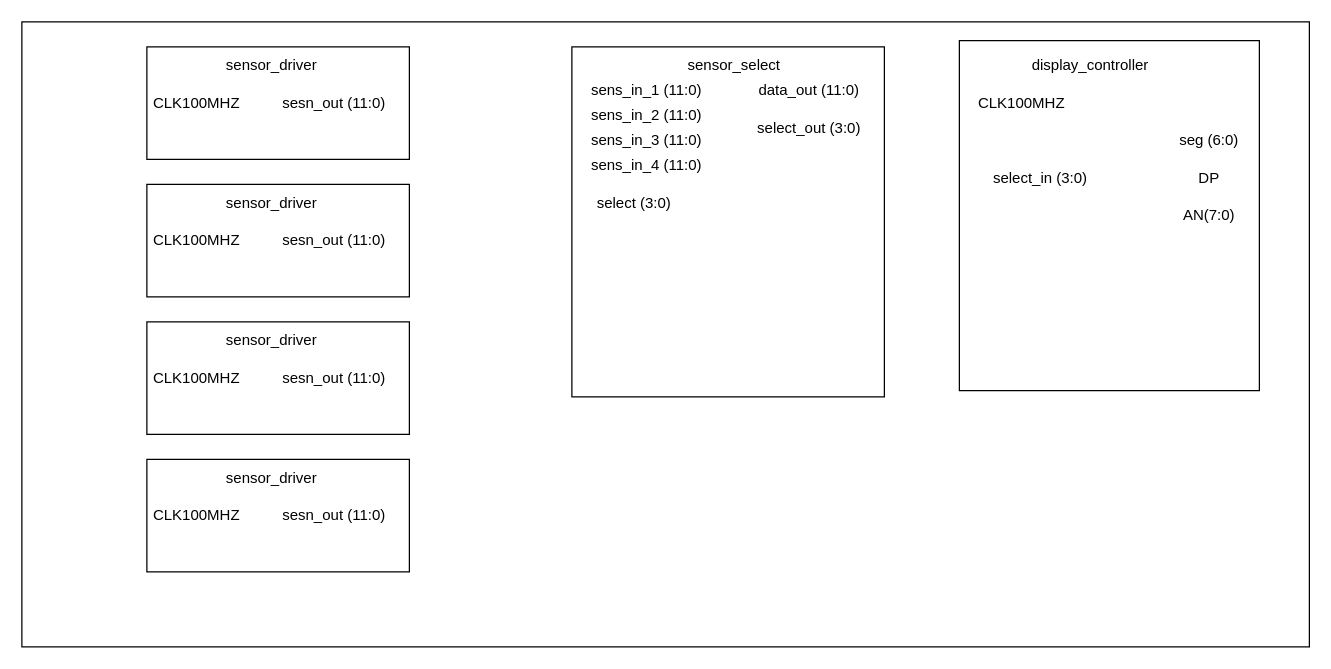
nemecekvit/Ultrasound-controller keeps this draw.io diagram as Diagrams/Toplevel.drawio. Above is the earlier version. Source tidied: cells renumbered, new cells numbered last; positions are measured from the earlier drawing's top-left corner, leaving out a move shared by most shapes. Both pictures are drawn from the tidied source at 125%, with x=0, y=0 at pixel (21, 21).
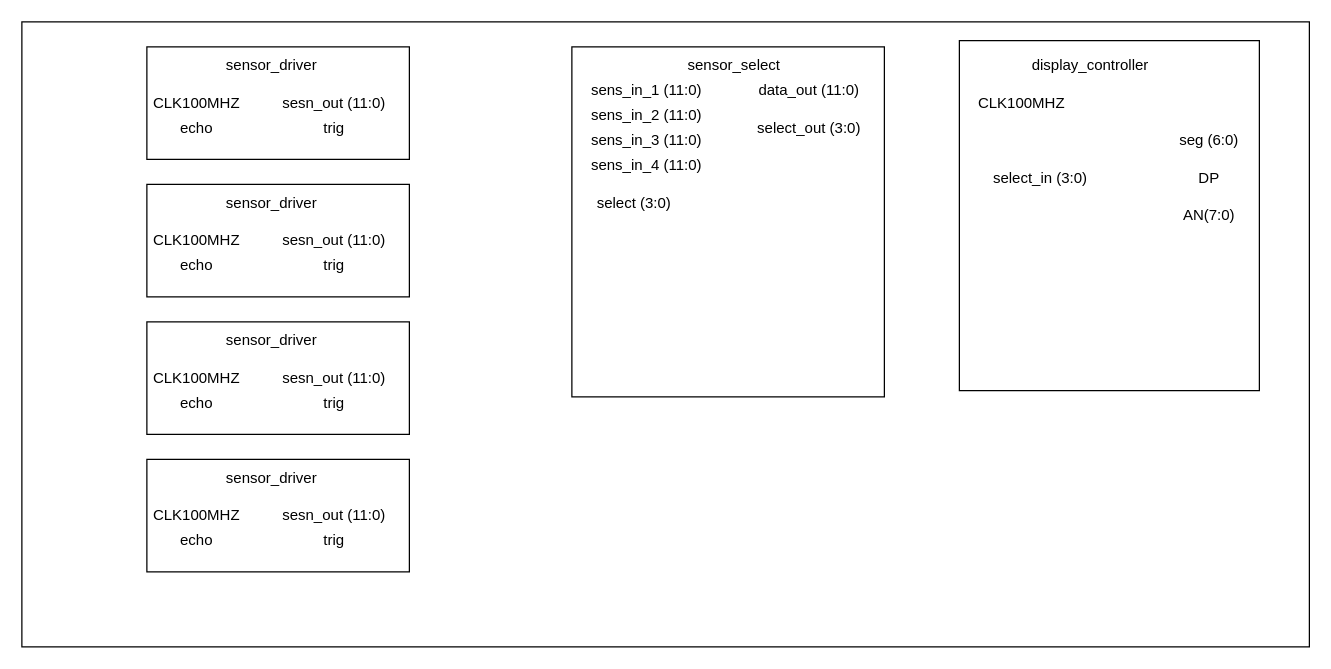
The same diagram, later.

Commit message (it also covers changes not shown here):
Updated Toplevel and added gitignore

The change refers to these unchanged cells:
```xml
<mxCell id="19" style="group;" parent="1" vertex="1">
  <mxGeometry x="100" y="20" width="210" height="90" as="geometry" />
</mxCell>
<mxCell id="24" style="group;" parent="1" vertex="1">
  <mxGeometry x="100" y="130" width="210" height="90" as="geometry" />
</mxCell>
<mxCell id="29" style="group;" parent="1" vertex="1">
  <mxGeometry x="100" y="240" width="210" height="90" as="geometry" />
</mxCell>
<mxCell id="34" style="group;" parent="1" vertex="1">
  <mxGeometry x="100" y="350" width="210" height="90" as="geometry" />
</mxCell>
```

Change to the diagram source:
```diff
@@
+    <mxCell id="39" value="&lt;span style=&quot;color: light-dark(rgb(0, 0, 0), rgb(0, 0, 0));&quot;&gt;echo&lt;/span&gt;" style="text;html=1;align=center;verticalAlign=middle;whiteSpace=wrap;rounded=0;" parent="19" vertex="1">
+      <mxGeometry x="10" y="50" width="60" height="30" as="geometry" />
+    </mxCell>
+    <mxCell id="40" value="&lt;span style=&quot;color: light-dark(rgb(0, 0, 0), rgb(0, 0, 0));&quot;&gt;trig&lt;/span&gt;" style="text;html=1;align=center;verticalAlign=middle;whiteSpace=wrap;rounded=0;" parent="19" vertex="1">
+      <mxGeometry x="100" y="50" width="100" height="30" as="geometry" />
+    </mxCell>
@@
-    <mxCell id="25" style="rounded=0;whiteSpace=wrap;html=1;align=center;verticalAlign=middle;fontFamily=Helvetica;fontSize=12;fontColor=default;fillColor=light-dark(#FFFFFF,#FFFFFF);gradientColor=none;" parent="24" vertex="1">
-      <mxGeometry width="210" height="90" as="geometry" />
-    </mxCell>
-    <mxCell id="26" value="&lt;span style=&quot;color: light-dark(rgb(0, 0, 0), rgb(0, 0, 0));&quot;&gt;sensor_driver&lt;/span&gt;" style="text;html=1;align=center;verticalAlign=middle;whiteSpace=wrap;rounded=0;" parent="24" vertex="1">
-      <mxGeometry x="50" width="100" height="30" as="geometry" />
-    </mxCell>
-    <mxCell id="27" value="&lt;span style=&quot;color: light-dark(rgb(0, 0, 0), rgb(0, 0, 0));&quot;&gt;CLK100MHZ&lt;/span&gt;" style="text;html=1;align=center;verticalAlign=middle;whiteSpace=wrap;rounded=0;" parent="24" vertex="1">
-      <mxGeometry x="10" y="30" width="60" height="30" as="geometry" />
-    </mxCell>
-    <mxCell id="28" value="&lt;span style=&quot;color: light-dark(rgb(0, 0, 0), rgb(0, 0, 0));&quot;&gt;sesn_out (11:0)&lt;/span&gt;" style="text;html=1;align=center;verticalAlign=middle;whiteSpace=wrap;rounded=0;" parent="24" vertex="1">
-      <mxGeometry x="100" y="30" width="100" height="30" as="geometry" />
-    </mxCell>
+    <mxCell id="41" style="rounded=0;whiteSpace=wrap;html=1;align=center;verticalAlign=middle;fontFamily=Helvetica;fontSize=12;fontColor=default;fillColor=light-dark(#FFFFFF,#FFFFFF);gradientColor=none;" parent="24" vertex="1">
+      <mxGeometry width="210" height="90" as="geometry" />
+    </mxCell>
+    <mxCell id="42" value="&lt;span style=&quot;color: light-dark(rgb(0, 0, 0), rgb(0, 0, 0));&quot;&gt;sensor_driver&lt;/span&gt;" style="text;html=1;align=center;verticalAlign=middle;whiteSpace=wrap;rounded=0;" parent="24" vertex="1">
+      <mxGeometry x="50" width="100" height="30" as="geometry" />
+    </mxCell>
+    <mxCell id="43" value="&lt;span style=&quot;color: light-dark(rgb(0, 0, 0), rgb(0, 0, 0));&quot;&gt;CLK100MHZ&lt;/span&gt;" style="text;html=1;align=center;verticalAlign=middle;whiteSpace=wrap;rounded=0;" parent="24" vertex="1">
+      <mxGeometry x="10" y="30" width="60" height="30" as="geometry" />
+    </mxCell>
+    <mxCell id="44" value="&lt;span style=&quot;color: light-dark(rgb(0, 0, 0), rgb(0, 0, 0));&quot;&gt;sesn_out (11:0)&lt;/span&gt;" style="text;html=1;align=center;verticalAlign=middle;whiteSpace=wrap;rounded=0;" parent="24" vertex="1">
+      <mxGeometry x="100" y="30" width="100" height="30" as="geometry" />
+    </mxCell>
+    <mxCell id="45" value="&lt;span style=&quot;color: light-dark(rgb(0, 0, 0), rgb(0, 0, 0));&quot;&gt;echo&lt;/span&gt;" style="text;html=1;align=center;verticalAlign=middle;whiteSpace=wrap;rounded=0;" parent="24" vertex="1">
+      <mxGeometry x="10" y="50" width="60" height="30" as="geometry" />
+    </mxCell>
+    <mxCell id="46" value="&lt;span style=&quot;color: light-dark(rgb(0, 0, 0), rgb(0, 0, 0));&quot;&gt;trig&lt;/span&gt;" style="text;html=1;align=center;verticalAlign=middle;whiteSpace=wrap;rounded=0;" parent="24" vertex="1">
+      <mxGeometry x="100" y="50" width="100" height="30" as="geometry" />
+    </mxCell>
@@
-    <mxCell id="30" style="rounded=0;whiteSpace=wrap;html=1;align=center;verticalAlign=middle;fontFamily=Helvetica;fontSize=12;fontColor=default;fillColor=light-dark(#FFFFFF,#FFFFFF);gradientColor=none;" parent="29" vertex="1">
-      <mxGeometry width="210" height="90" as="geometry" />
-    </mxCell>
-    <mxCell id="31" value="&lt;span style=&quot;color: light-dark(rgb(0, 0, 0), rgb(0, 0, 0));&quot;&gt;sensor_driver&lt;/span&gt;" style="text;html=1;align=center;verticalAlign=middle;whiteSpace=wrap;rounded=0;" parent="29" vertex="1">
-      <mxGeometry x="50" width="100" height="30" as="geometry" />
-    </mxCell>
-    <mxCell id="32" value="&lt;span style=&quot;color: light-dark(rgb(0, 0, 0), rgb(0, 0, 0));&quot;&gt;CLK100MHZ&lt;/span&gt;" style="text;html=1;align=center;verticalAlign=middle;whiteSpace=wrap;rounded=0;" parent="29" vertex="1">
-      <mxGeometry x="10" y="30" width="60" height="30" as="geometry" />
-    </mxCell>
-    <mxCell id="33" value="&lt;span style=&quot;color: light-dark(rgb(0, 0, 0), rgb(0, 0, 0));&quot;&gt;sesn_out (11:0)&lt;/span&gt;" style="text;html=1;align=center;verticalAlign=middle;whiteSpace=wrap;rounded=0;" parent="29" vertex="1">
-      <mxGeometry x="100" y="30" width="100" height="30" as="geometry" />
-    </mxCell>
+    <mxCell id="47" style="rounded=0;whiteSpace=wrap;html=1;align=center;verticalAlign=middle;fontFamily=Helvetica;fontSize=12;fontColor=default;fillColor=light-dark(#FFFFFF,#FFFFFF);gradientColor=none;" parent="29" vertex="1">
+      <mxGeometry width="210" height="90" as="geometry" />
+    </mxCell>
+    <mxCell id="48" value="&lt;span style=&quot;color: light-dark(rgb(0, 0, 0), rgb(0, 0, 0));&quot;&gt;sensor_driver&lt;/span&gt;" style="text;html=1;align=center;verticalAlign=middle;whiteSpace=wrap;rounded=0;" parent="29" vertex="1">
+      <mxGeometry x="50" width="100" height="30" as="geometry" />
+    </mxCell>
+    <mxCell id="49" value="&lt;span style=&quot;color: light-dark(rgb(0, 0, 0), rgb(0, 0, 0));&quot;&gt;CLK100MHZ&lt;/span&gt;" style="text;html=1;align=center;verticalAlign=middle;whiteSpace=wrap;rounded=0;" parent="29" vertex="1">
+      <mxGeometry x="10" y="30" width="60" height="30" as="geometry" />
+    </mxCell>
+    <mxCell id="50" value="&lt;span style=&quot;color: light-dark(rgb(0, 0, 0), rgb(0, 0, 0));&quot;&gt;sesn_out (11:0)&lt;/span&gt;" style="text;html=1;align=center;verticalAlign=middle;whiteSpace=wrap;rounded=0;" parent="29" vertex="1">
+      <mxGeometry x="100" y="30" width="100" height="30" as="geometry" />
+    </mxCell>
+    <mxCell id="51" value="&lt;span style=&quot;color: light-dark(rgb(0, 0, 0), rgb(0, 0, 0));&quot;&gt;echo&lt;/span&gt;" style="text;html=1;align=center;verticalAlign=middle;whiteSpace=wrap;rounded=0;" parent="29" vertex="1">
+      <mxGeometry x="10" y="50" width="60" height="30" as="geometry" />
+    </mxCell>
+    <mxCell id="52" value="&lt;span style=&quot;color: light-dark(rgb(0, 0, 0), rgb(0, 0, 0));&quot;&gt;trig&lt;/span&gt;" style="text;html=1;align=center;verticalAlign=middle;whiteSpace=wrap;rounded=0;" parent="29" vertex="1">
+      <mxGeometry x="100" y="50" width="100" height="30" as="geometry" />
+    </mxCell>
@@
-    <mxCell id="35" style="rounded=0;whiteSpace=wrap;html=1;align=center;verticalAlign=middle;fontFamily=Helvetica;fontSize=12;fontColor=default;fillColor=light-dark(#FFFFFF,#FFFFFF);gradientColor=none;" parent="34" vertex="1">
-      <mxGeometry width="210" height="90" as="geometry" />
-    </mxCell>
-    <mxCell id="36" value="&lt;span style=&quot;color: light-dark(rgb(0, 0, 0), rgb(0, 0, 0));&quot;&gt;sensor_driver&lt;/span&gt;" style="text;html=1;align=center;verticalAlign=middle;whiteSpace=wrap;rounded=0;" parent="34" vertex="1">
-      <mxGeometry x="50" width="100" height="30" as="geometry" />
-    </mxCell>
-    <mxCell id="37" value="&lt;span style=&quot;color: light-dark(rgb(0, 0, 0), rgb(0, 0, 0));&quot;&gt;CLK100MHZ&lt;/span&gt;" style="text;html=1;align=center;verticalAlign=middle;whiteSpace=wrap;rounded=0;" parent="34" vertex="1">
-      <mxGeometry x="10" y="30" width="60" height="30" as="geometry" />
-    </mxCell>
-    <mxCell id="38" value="&lt;span style=&quot;color: light-dark(rgb(0, 0, 0), rgb(0, 0, 0));&quot;&gt;sesn_out (11:0)&lt;/span&gt;" style="text;html=1;align=center;verticalAlign=middle;whiteSpace=wrap;rounded=0;" parent="34" vertex="1">
-      <mxGeometry x="100" y="30" width="100" height="30" as="geometry" />
-    </mxCell>
+    <mxCell id="53" style="rounded=0;whiteSpace=wrap;html=1;align=center;verticalAlign=middle;fontFamily=Helvetica;fontSize=12;fontColor=default;fillColor=light-dark(#FFFFFF,#FFFFFF);gradientColor=none;" parent="34" vertex="1">
+      <mxGeometry width="210" height="90" as="geometry" />
+    </mxCell>
+    <mxCell id="54" value="&lt;span style=&quot;color: light-dark(rgb(0, 0, 0), rgb(0, 0, 0));&quot;&gt;sensor_driver&lt;/span&gt;" style="text;html=1;align=center;verticalAlign=middle;whiteSpace=wrap;rounded=0;" parent="34" vertex="1">
+      <mxGeometry x="50" width="100" height="30" as="geometry" />
+    </mxCell>
+    <mxCell id="55" value="&lt;span style=&quot;color: light-dark(rgb(0, 0, 0), rgb(0, 0, 0));&quot;&gt;CLK100MHZ&lt;/span&gt;" style="text;html=1;align=center;verticalAlign=middle;whiteSpace=wrap;rounded=0;" parent="34" vertex="1">
+      <mxGeometry x="10" y="30" width="60" height="30" as="geometry" />
+    </mxCell>
+    <mxCell id="56" value="&lt;span style=&quot;color: light-dark(rgb(0, 0, 0), rgb(0, 0, 0));&quot;&gt;sesn_out (11:0)&lt;/span&gt;" style="text;html=1;align=center;verticalAlign=middle;whiteSpace=wrap;rounded=0;" parent="34" vertex="1">
+      <mxGeometry x="100" y="30" width="100" height="30" as="geometry" />
+    </mxCell>
+    <mxCell id="57" value="&lt;span style=&quot;color: light-dark(rgb(0, 0, 0), rgb(0, 0, 0));&quot;&gt;echo&lt;/span&gt;" style="text;html=1;align=center;verticalAlign=middle;whiteSpace=wrap;rounded=0;" parent="34" vertex="1">
+      <mxGeometry x="10" y="50" width="60" height="30" as="geometry" />
+    </mxCell>
+    <mxCell id="58" value="&lt;span style=&quot;color: light-dark(rgb(0, 0, 0), rgb(0, 0, 0));&quot;&gt;trig&lt;/span&gt;" style="text;html=1;align=center;verticalAlign=middle;whiteSpace=wrap;rounded=0;" parent="34" vertex="1">
+      <mxGeometry x="100" y="50" width="100" height="30" as="geometry" />
+    </mxCell>
```
